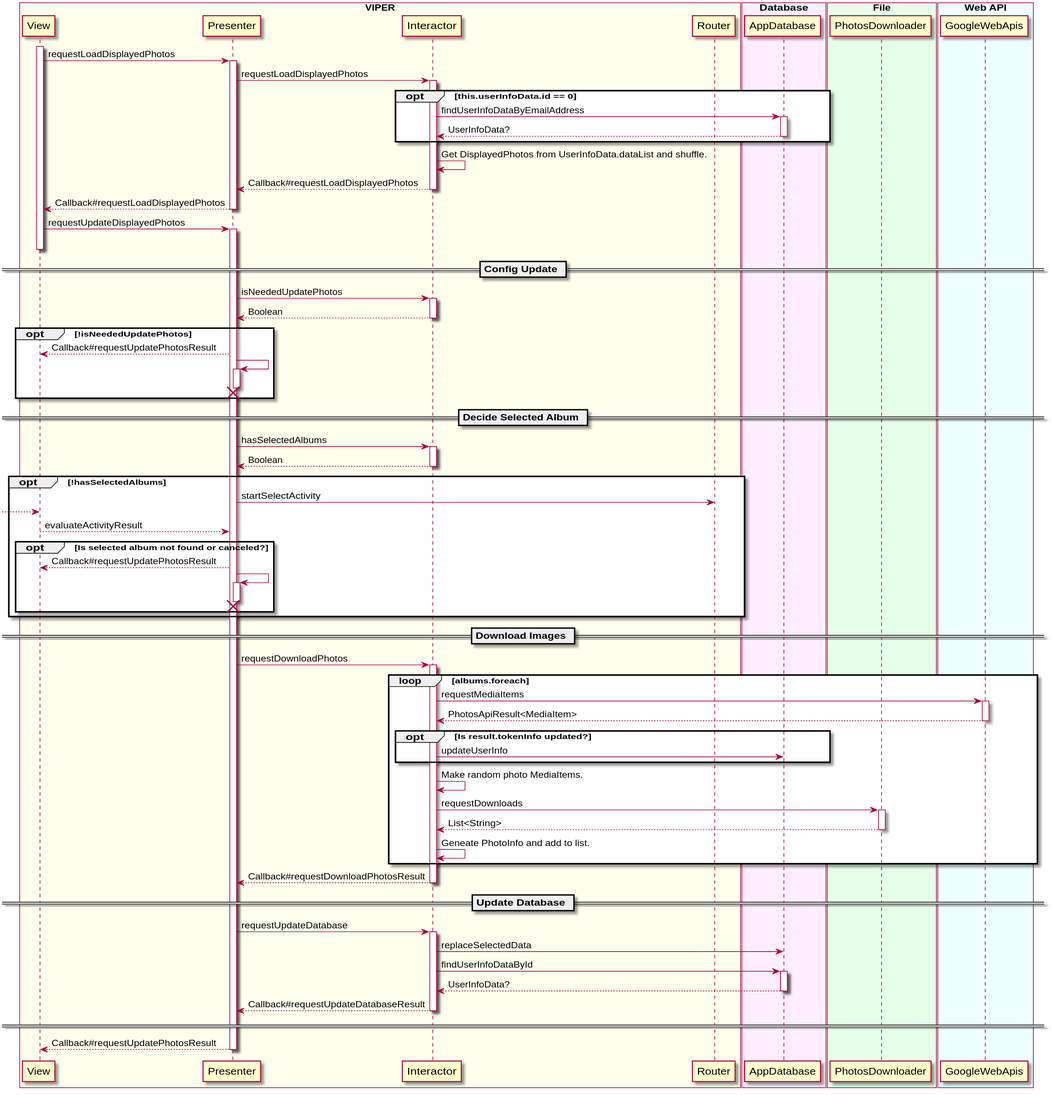
sallyluenoa/PhotoSlideShow keeps this PlantUML diagram as uml/main/sequence_diagram_main_bk.svg. Above is the earlier version.
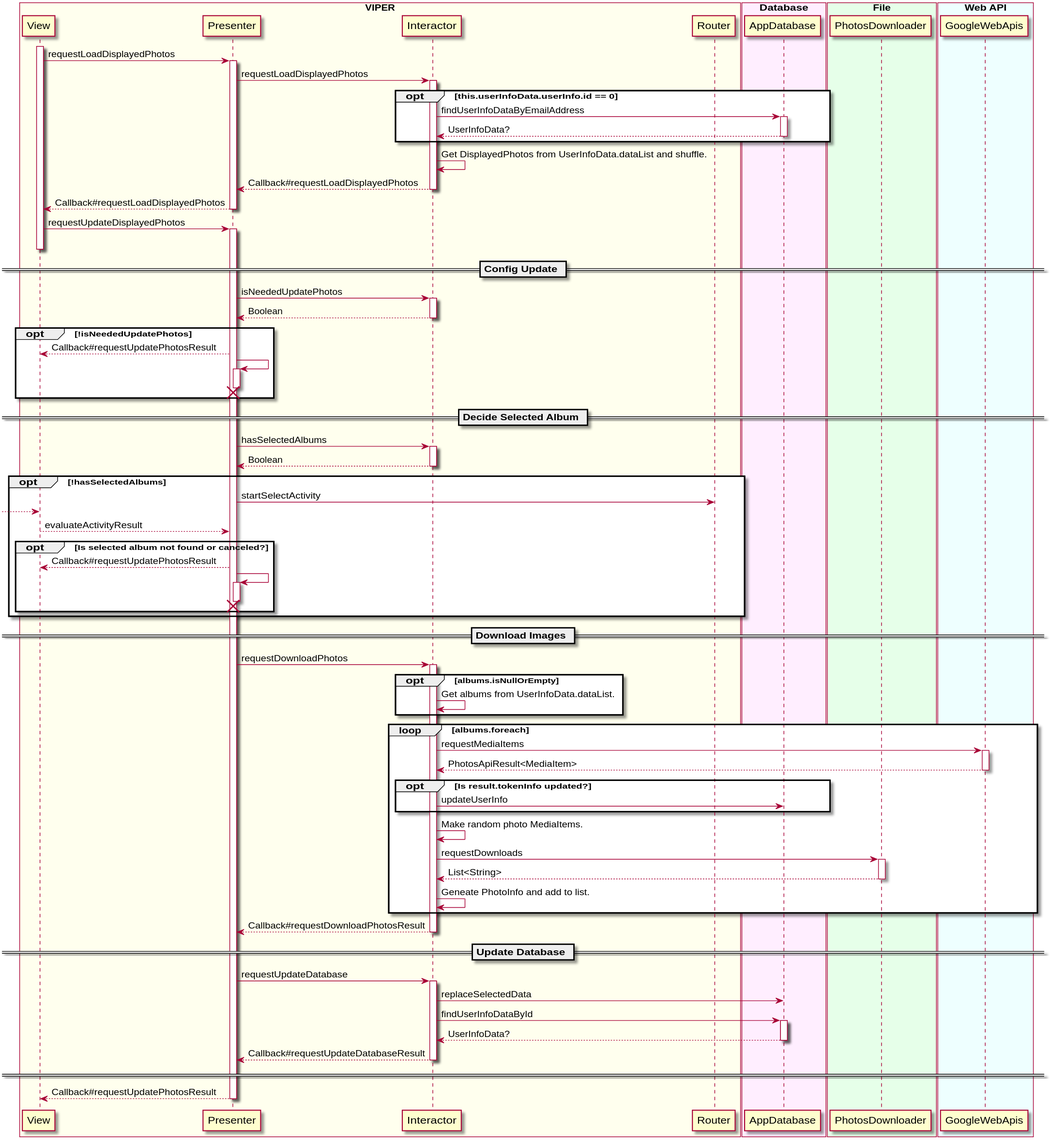
The same file after the commit.

The edit, as a diff of the source:
```diff
@@ -22,7 +22,7 @@
 View -> Presenter++: requestLoadDisplayedPhotos
   Presenter -> Interactor++: requestLoadDisplayedPhotos
 
-  opt this.userInfoData.id == 0
+  opt this.userInfoData.userInfo.id == 0
     Interactor -> AppDatabase++: findUserInfoDataByEmailAddress
     return UserInfoData?
   end
@@ -66,6 +66,10 @@
 
 Presenter -> Interactor++: requestDownloadPhotos
 
+  opt albums.isNullOrEmpty
+    Interactor -> Interactor: Get albums from UserInfoData.dataList.
+  end
+
   loop albums.foreach
     Interactor -> GoogleWebApis++: requestMediaItems
     return PhotosApiResult<MediaItem>
```
